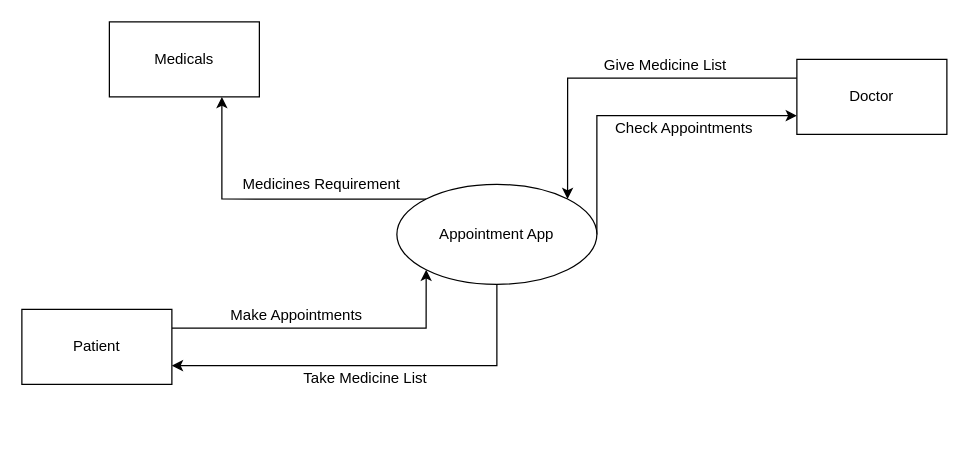
OutdatedGuy/Sem-4-Mini-Project keeps this draw.io diagram as design/CFD.dio. Above is the earlier version. Source tidied: cells renumbered, new cells numbered last; positions are measured from the earlier drawing's top-left corner, leaving out a move shared by most shapes. Both pictures are drawn from the tidied source at 125%, with x=0, y=0 at pixel (21, 21).
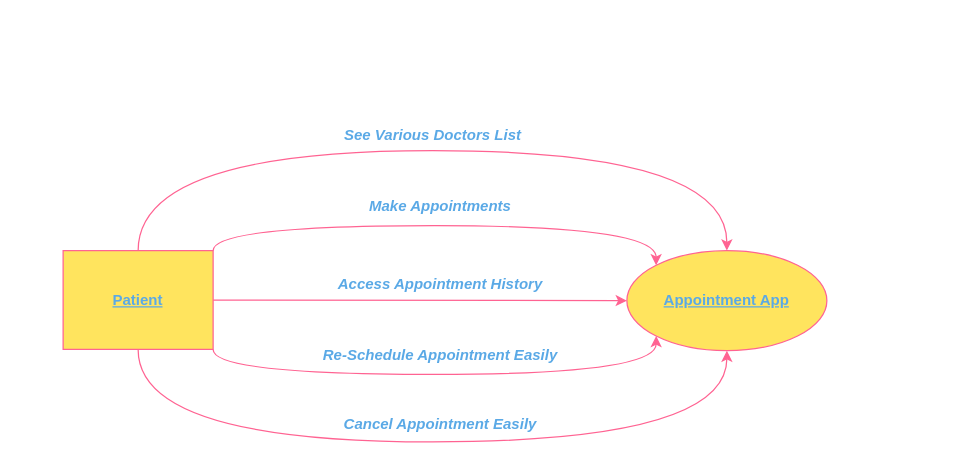
The same diagram, later.

Commit message (it also covers changes not shown here):
Updating CFD and Flowchart

What changed in the source:
```diff
@@
-<mxGraphModel>
+<mxGraphModel background="#ffffff">
@@
-    <mxCell id="2" style="edgeStyle=orthogonalEdgeStyle;rounded=0;orthogonalLoop=1;jettySize=auto;html=1;exitX=0.5;exitY=0;exitDx=0;exitDy=0;entryX=0.5;entryY=0;entryDx=0;entryDy=0;" parent="1" edge="1" source="6" target="6">
+    <mxCell id="2" style="edgeStyle=orthogonalEdgeStyle;orthogonalLoop=1;jettySize=auto;html=1;exitX=0.5;exitY=0;exitDx=0;exitDy=0;entryX=0.5;entryY=0;entryDx=0;entryDy=0;strokeColor=#FF6392;fontColor=#5AA9E6;curved=1;" parent="1" edge="1" source="6" target="6">
       <mxGeometry relative="1" as="geometry" />
     </mxCell>
-    <mxCell id="3" style="edgeStyle=orthogonalEdgeStyle;rounded=0;jettySize=auto;html=1;exitX=0.5;exitY=1;exitDx=0;exitDy=0;entryX=1;entryY=0.75;entryDx=0;entryDy=0;" parent="1" edge="1" source="6" target="8">
-      <mxGeometry relative="1" as="geometry" />
-    </mxCell>
-    <mxCell id="4" style="edgeStyle=orthogonalEdgeStyle;rounded=0;jettySize=auto;html=1;exitX=1;exitY=0.5;exitDx=0;exitDy=0;entryX=0;entryY=0.75;entryDx=0;entryDy=0;" parent="1" edge="1" source="6" target="10">
-      <mxGeometry relative="1" as="geometry">
-        <Array as="points">
-          <mxPoint x="460" y="75" />
-        </Array>
-      </mxGeometry>
-    </mxCell>
-    <mxCell id="5" style="edgeStyle=orthogonalEdgeStyle;rounded=0;jettySize=auto;html=1;exitX=0;exitY=0;exitDx=0;exitDy=0;entryX=0.75;entryY=1;entryDx=0;entryDy=0;" parent="1" edge="1" source="6" target="16">
-      <mxGeometry relative="1" as="geometry" />
-    </mxCell>
-    <mxCell id="6" value="Appointment App" style="ellipse;whiteSpace=wrap;html=1;" parent="1" vertex="1">
-      <mxGeometry x="300" y="130" width="160" height="80" as="geometry" />
+    <mxCell id="6" value="Appointment App" style="ellipse;whiteSpace=wrap;html=1;fontStyle=5;fillColor=#FFE45E;strokeColor=#FF6392;fontColor=#5AA9E6;" parent="1" vertex="1">
+      <mxGeometry x="484" y="183" width="160" height="80" as="geometry" />
     </mxCell>
-    <mxCell id="7" style="edgeStyle=orthogonalEdgeStyle;rounded=0;jettySize=auto;html=1;exitX=1;exitY=0.25;exitDx=0;exitDy=0;entryX=0;entryY=1;entryDx=0;entryDy=0;" parent="1" edge="1" source="8" target="6">
-      <mxGeometry relative="1" as="geometry" />
-    </mxCell>
+    <mxCell id="18" style="edgeStyle=orthogonalEdgeStyle;jettySize=auto;html=1;exitX=0.5;exitY=0;exitDx=0;exitDy=0;entryX=0.5;entryY=0;entryDx=0;entryDy=0;strokeColor=#FF6392;fontColor=#5AA9E6;curved=1;" parent="1" edge="1" source="8" target="6">
+      <mxGeometry relative="1" as="geometry">
+        <Array as="points">
+          <mxPoint x="93" y="103" />
+          <mxPoint x="564" y="103" />
+        </Array>
+      </mxGeometry>
+    </mxCell>
+    <mxCell id="19" style="edgeStyle=orthogonalEdgeStyle;jettySize=auto;html=1;exitX=1;exitY=0;exitDx=0;exitDy=0;entryX=0;entryY=0;entryDx=0;entryDy=0;strokeColor=#FF6392;fontColor=#5AA9E6;curved=1;" parent="1" edge="1" source="8" target="6">
+      <mxGeometry relative="1" as="geometry">
+        <Array as="points">
+          <mxPoint x="153" y="163" />
+          <mxPoint x="507" y="163" />
+        </Array>
+      </mxGeometry>
+    </mxCell>
+    <mxCell id="20" style="edgeStyle=orthogonalEdgeStyle;jettySize=auto;html=1;exitX=1;exitY=0.5;exitDx=0;exitDy=0;entryX=0;entryY=0.5;entryDx=0;entryDy=0;strokeColor=#FF6392;fontColor=#5AA9E6;curved=1;" parent="1" edge="1" source="8" target="6">
+      <mxGeometry relative="1" as="geometry" />
+    </mxCell>
+    <mxCell id="21" style="edgeStyle=orthogonalEdgeStyle;jettySize=auto;html=1;exitX=1;exitY=1;exitDx=0;exitDy=0;entryX=0;entryY=1;entryDx=0;entryDy=0;strokeColor=#FF6392;fontColor=#5AA9E6;curved=1;" parent="1" edge="1" source="8" target="6">
+      <mxGeometry relative="1" as="geometry">
+        <Array as="points">
+          <mxPoint x="153" y="282" />
+          <mxPoint x="507" y="282" />
+        </Array>
+      </mxGeometry>
+    </mxCell>
+    <mxCell id="22" style="edgeStyle=orthogonalEdgeStyle;jettySize=auto;html=1;exitX=0.5;exitY=1;exitDx=0;exitDy=0;entryX=0.5;entryY=1;entryDx=0;entryDy=0;strokeColor=#FF6392;fontColor=#5AA9E6;curved=1;" parent="1" edge="1" source="8" target="6">
+      <mxGeometry relative="1" as="geometry">
+        <Array as="points">
+          <mxPoint x="93" y="336" />
+          <mxPoint x="564" y="336" />
+        </Array>
+      </mxGeometry>
+    </mxCell>
-    <mxCell id="8" value="Patient" style="rounded=0;whiteSpace=wrap;html=1;" parent="1" vertex="1">
-      <mxGeometry y="230" width="120" height="60" as="geometry" />
+    <mxCell id="8" value="Patient" style="whiteSpace=wrap;html=1;fontStyle=5;fillColor=#FFE45E;strokeColor=#FF6392;fontColor=#5AA9E6;" parent="1" vertex="1">
+      <mxGeometry x="33" y="183" width="120" height="79" as="geometry" />
     </mxCell>
-    <mxCell id="9" style="edgeStyle=orthogonalEdgeStyle;rounded=0;jettySize=auto;html=1;exitX=0;exitY=0.25;exitDx=0;exitDy=0;entryX=1;entryY=0;entryDx=0;entryDy=0;" parent="1" edge="1" source="10" target="6">
-      <mxGeometry relative="1" as="geometry" />
-    </mxCell>
-    <mxCell id="10" value="Doctor" style="rounded=0;whiteSpace=wrap;html=1;" parent="1" vertex="1">
-      <mxGeometry x="620" y="30" width="120" height="60" as="geometry" />
-    </mxCell>
-    <mxCell id="11" value="Make Appointments" style="text;html=1;align=center;verticalAlign=middle;whiteSpace=wrap;rounded=0;" parent="1" vertex="1">
-      <mxGeometry x="140" y="220" width="160" height="30" as="geometry" />
+    <mxCell id="11" value="Make Appointments" style="text;html=1;align=center;verticalAlign=middle;whiteSpace=wrap;rotation=0;fontStyle=3;fontColor=#5AA9E6;" parent="1" vertex="1">
+      <mxGeometry x="255" y="133" width="160" height="30" as="geometry" />
     </mxCell>
-    <mxCell id="12" value="Give Medicine List" style="text;html=1;align=center;verticalAlign=middle;whiteSpace=wrap;rounded=0;" parent="1" vertex="1">
-      <mxGeometry x="410" y="20" width="210" height="30" as="geometry" />
-    </mxCell>
-    <mxCell id="13" style="edgeStyle=orthogonalEdgeStyle;rounded=0;orthogonalLoop=1;jettySize=auto;html=1;exitX=0.5;exitY=1;exitDx=0;exitDy=0;" parent="1" edge="1" source="11" target="11">
-      <mxGeometry relative="1" as="geometry" />
-    </mxCell>
-    <mxCell id="14" value="Take Medicine List" style="text;html=1;align=center;verticalAlign=middle;whiteSpace=wrap;rounded=0;" parent="1" vertex="1">
-      <mxGeometry x="170" y="270" width="210" height="30" as="geometry" />
-    </mxCell>
-    <mxCell id="15" value="Check Appointments" style="text;html=1;align=center;verticalAlign=middle;whiteSpace=wrap;rounded=0;" parent="1" vertex="1">
-      <mxGeometry x="450" y="70" width="160" height="30" as="geometry" />
-    </mxCell>
-    <mxCell id="16" value="Medicals" style="rounded=0;whiteSpace=wrap;html=1;" parent="1" vertex="1">
-      <mxGeometry x="70" width="120" height="60" as="geometry" />
-    </mxCell>
-    <mxCell id="17" value="Medicines Requirement" style="text;html=1;align=center;verticalAlign=middle;whiteSpace=wrap;rounded=0;" parent="1" vertex="1">
-      <mxGeometry x="150" y="110" width="180" height="40" as="geometry" />
-    </mxCell>
+    <mxCell id="23" value="Access Appointment History" style="text;html=1;strokeColor=none;fillColor=none;align=center;verticalAlign=middle;whiteSpace=wrap;rotation=0;fontStyle=3;fontColor=#5AA9E6;" parent="1" vertex="1">
+      <mxGeometry x="238" y="200" width="194" height="20" as="geometry" />
+    </mxCell>
+    <mxCell id="24" value="See Various Doctors List" style="text;html=1;strokeColor=none;fillColor=none;align=center;verticalAlign=middle;whiteSpace=wrap;rotation=0;fontStyle=3;fontColor=#5AA9E6;" parent="1" vertex="1">
+      <mxGeometry x="194" y="81" width="270" height="20" as="geometry" />
+    </mxCell>
+    <mxCell id="25" value="Re-Schedule Appointment Easily" style="text;html=1;strokeColor=none;fillColor=none;align=center;verticalAlign=middle;whiteSpace=wrap;fontStyle=3;fontColor=#5AA9E6;" parent="1" vertex="1">
+      <mxGeometry x="201" y="257" width="268" height="20" as="geometry" />
+    </mxCell>
+    <mxCell id="26" value="Cancel Appointment Easily" style="text;html=1;strokeColor=none;fillColor=none;align=center;verticalAlign=middle;whiteSpace=wrap;fontStyle=3;fontColor=#5AA9E6;" parent="1" vertex="1">
+      <mxGeometry x="201" y="312" width="268" height="20" as="geometry" />
+    </mxCell>
```
